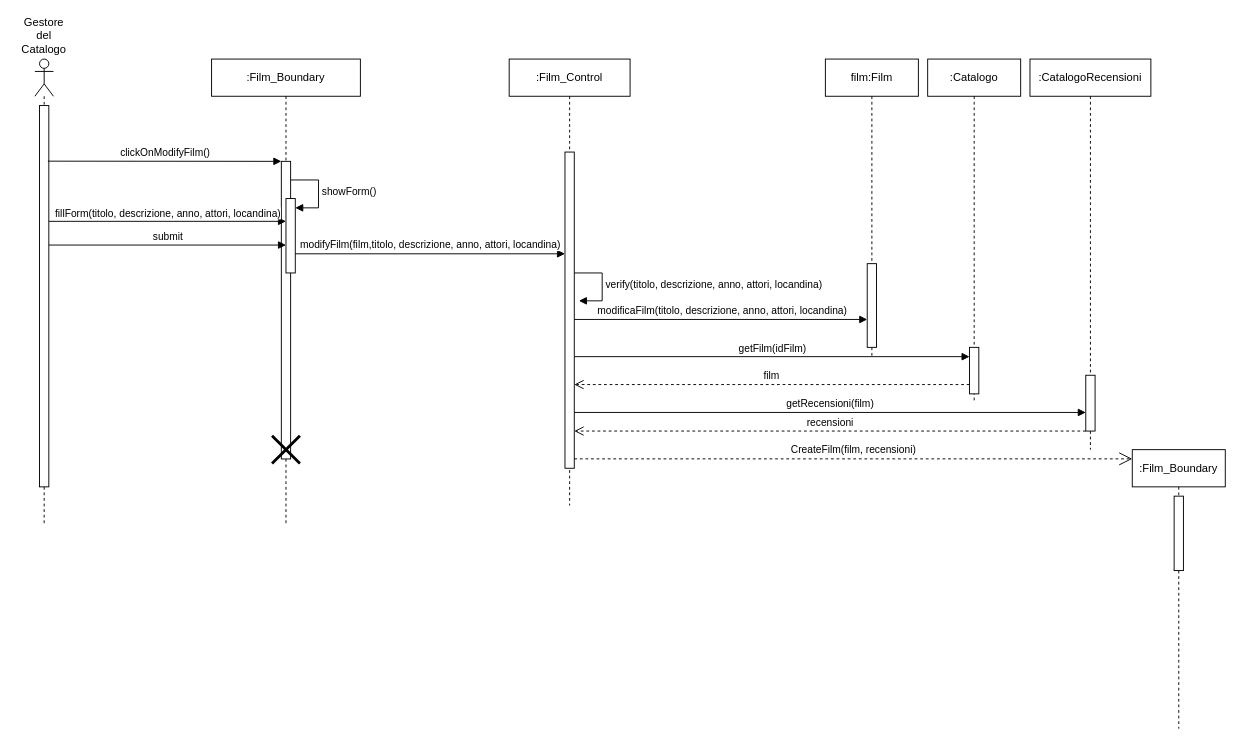
This is New Diagrams/Sequence Diagrams/UC22- Modifica di un film del catalogo.drawio from superfra01/Rated, a draw.io file, before an edit. Source tidied: cells renumbered, new cells numbered last; positions are measured from the earlier drawing's top-left corner, leaving out a move shared by most shapes. Both pictures are drawn from the tidied source at 93%, with x=0, y=0 at pixel (16, 21).
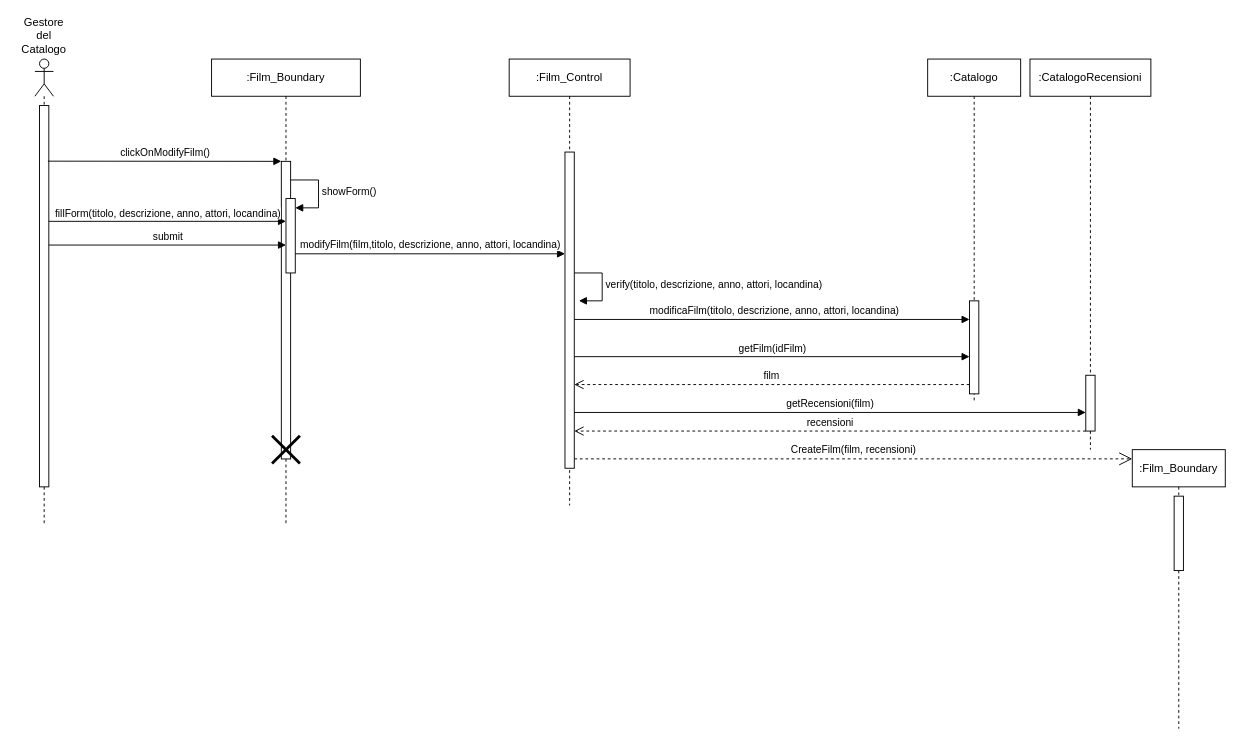
The same diagram, later.

Unchanged cells that the change refers to:
```xml
<mxCell id="22" value=":Catalogo" style="shape=umlLifeline;perimeter=lifelinePerimeter;whiteSpace=wrap;html=1;newEdgeStyle={&quot;curved&quot;:0,&quot;rounded&quot;:0};" parent="1" vertex="1">
  <mxGeometry x="980" y="40" width="100" height="370" as="geometry" />
</mxCell>
```

The edit, as a diff of the source:
```diff
@@
-    <mxCell id="14" value="film:Film" style="shape=umlLifeline;perimeter=lifelinePerimeter;whiteSpace=wrap;html=1;newEdgeStyle={&quot;curved&quot;:0,&quot;rounded&quot;:0};" parent="1" vertex="1">
-      <mxGeometry x="870" y="40" width="100" height="320" as="geometry" />
-    </mxCell>
-    <mxCell id="15" style="html=1;perimeter=orthogonalPerimeter;targetShapes=umlLifeline;newEdgeStyle={&quot;curved&quot;:0,&quot;rounded&quot;:0};" parent="14" vertex="1">
-      <mxGeometry x="45" y="220" width="10" height="90" as="geometry" />
-    </mxCell>
@@
-    <mxCell id="18" value="modificaFilm(titolo, descrizione, anno, attori, locandina)" style="html=1;verticalAlign=bottom;endArrow=block;curved=0;rounded=0;" parent="1" edge="1">
+    <mxCell id="18" value="modificaFilm(titolo, descrizione, anno, attori, locandina)" style="html=1;verticalAlign=bottom;endArrow=block;curved=0;rounded=0;" parent="1" edge="1" target="23">
       <mxGeometry x="0.01" relative="1" as="geometry">
         <mxPoint x="600" y="320" as="sourcePoint" />
-        <mxPoint x="915" y="320" as="targetPoint" />
       </mxGeometry>
     </mxCell>
@@
     <mxCell id="23" style="html=1;points=[[0,0,0,0,5],[0,1,0,0,-5],[1,0,0,0,5],[1,1,0,0,-5]];perimeter=orthogonalPerimeter;outlineConnect=0;targetShapes=umlLifeline;portConstraint=eastwest;newEdgeStyle={&quot;curved&quot;:0,&quot;rounded&quot;:0};" parent="22" vertex="1">
-      <mxGeometry x="45" y="310" width="10" height="50" as="geometry" />
+      <mxGeometry x="45" y="260" width="10" height="100" as="geometry" />
     </mxCell>
```
